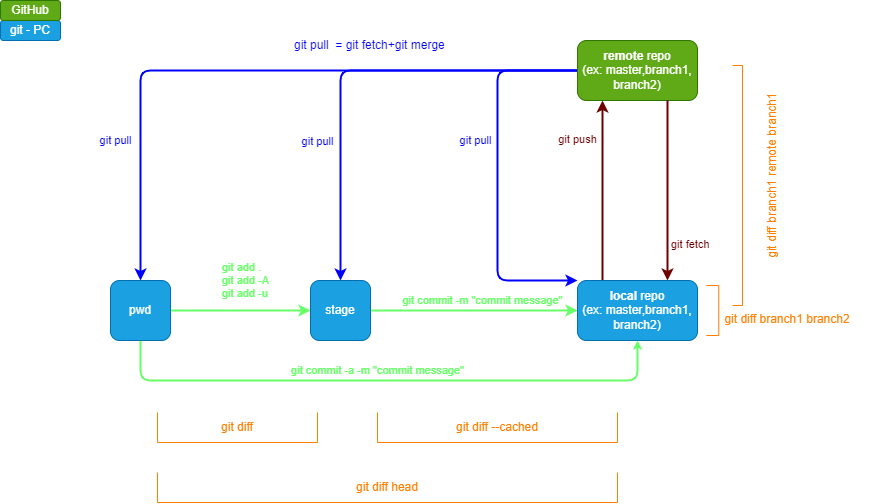
Earlier version of the draw.io export img/workflow-git.drawio.png (rickey-alok/techwriter-go-to-doc). Source tidied: cells renumbered, new cells last; positions are measured from the earlier drawing's top-left corner, leaving out a move shared by most shapes. The source it was exported from:
```xml
<mxGraphModel>
  <root>
    <mxCell id="0" />
    <mxCell id="1" parent="0" />
    <mxCell id="2" style="edgeStyle=none;html=1;entryX=0.5;entryY=0;entryDx=0;entryDy=0;fontColor=#66FF66;strokeColor=#0000FF;exitX=0;exitY=0.5;exitDx=0;exitDy=0;strokeWidth=2;" parent="1" edge="1" source="18" target="11">
      <mxGeometry relative="1" as="geometry">
        <Array as="points">
          <mxPoint x="140" y="70" />
        </Array>
      </mxGeometry>
    </mxCell>
    <mxCell id="3" value="git pull" style="edgeLabel;html=1;align=center;verticalAlign=middle;fontColor=#0000FF;" parent="2" vertex="1">
      <mxGeometry x="0.1" y="1" relative="1" as="geometry">
        <mxPoint x="-107" y="69" as="offset" />
      </mxGeometry>
    </mxCell>
    <mxCell id="4" style="edgeStyle=none;html=1;entryX=0.5;entryY=0;entryDx=0;entryDy=0;fontColor=#66FF66;strokeColor=#0000FF;exitX=0;exitY=0.5;exitDx=0;exitDy=0;strokeWidth=2;" parent="1" edge="1" source="18" target="14">
      <mxGeometry relative="1" as="geometry">
        <Array as="points">
          <mxPoint x="340" y="70" />
        </Array>
      </mxGeometry>
    </mxCell>
    <mxCell id="5" value="git pull" style="edgeLabel;html=1;align=center;verticalAlign=middle;fontColor=#0000FF;" parent="4" vertex="1">
      <mxGeometry x="0.42" y="-3" relative="1" as="geometry">
        <mxPoint x="-20" y="-9" as="offset" />
      </mxGeometry>
    </mxCell>
    <mxCell id="6" style="edgeStyle=none;html=1;entryX=0;entryY=0;entryDx=0;entryDy=0;fontColor=#66FF66;strokeColor=#0000FF;exitX=0;exitY=0.5;exitDx=0;exitDy=0;strokeWidth=2;" parent="1" edge="1" source="18" target="17">
      <mxGeometry relative="1" as="geometry">
        <Array as="points">
          <mxPoint x="497" y="70" />
          <mxPoint x="497" y="280" />
        </Array>
      </mxGeometry>
    </mxCell>
    <mxCell id="7" value="git pull" style="edgeLabel;html=1;align=center;verticalAlign=middle;fontColor=#0000FF;" parent="6" vertex="1">
      <mxGeometry x="-0.25" y="-1" relative="1" as="geometry">
        <mxPoint x="-21" y="11" as="offset" />
      </mxGeometry>
    </mxCell>
    <mxCell id="8" style="edgeStyle=none;html=1;strokeColor=#66FF66;fillColor=#60a917;strokeWidth=2;" parent="1" edge="1" source="11" target="14">
      <mxGeometry relative="1" as="geometry" />
    </mxCell>
    <mxCell id="9" value="git add .&lt;br&gt;git add -A&lt;br&gt;git add -u" style="edgeLabel;html=1;align=left;verticalAlign=middle;fontColor=#66FF66;" parent="8" vertex="1">
      <mxGeometry x="0.55" relative="1" as="geometry">
        <mxPoint x="-58" y="-30" as="offset" />
      </mxGeometry>
    </mxCell>
    <mxCell id="10" style="edgeStyle=none;html=1;entryX=0.5;entryY=1;entryDx=0;entryDy=0;fontColor=#0000FF;exitX=0.5;exitY=1;exitDx=0;exitDy=0;fillColor=#60a917;strokeColor=#66FF66;strokeWidth=2;endSize=3;" parent="1" edge="1" source="11" target="17">
      <mxGeometry relative="1" as="geometry">
        <Array as="points">
          <mxPoint x="140" y="380" />
          <mxPoint x="390" y="380" />
          <mxPoint x="637" y="380" />
        </Array>
      </mxGeometry>
    </mxCell>
    <mxCell id="11" value="pwd" style="rounded=1;whiteSpace=wrap;html=1;fillColor=#1ba1e2;fontColor=#ffffff;strokeColor=#006EAF;" parent="1" vertex="1">
      <mxGeometry x="110" y="280" width="60" height="60" as="geometry" />
    </mxCell>
    <mxCell id="12" style="edgeStyle=none;html=1;entryX=0;entryY=0.5;entryDx=0;entryDy=0;strokeColor=#66FF66;fillColor=#60a917;strokeWidth=2;" parent="1" edge="1" source="14" target="17">
      <mxGeometry relative="1" as="geometry" />
    </mxCell>
    <mxCell id="13" value="git commit -m &quot;commit message&quot;" style="edgeLabel;html=1;align=center;verticalAlign=middle;fontColor=#66FF66;" parent="12" vertex="1">
      <mxGeometry x="0.67" relative="1" as="geometry">
        <mxPoint x="-61" y="-10" as="offset" />
      </mxGeometry>
    </mxCell>
    <mxCell id="14" value="stage" style="rounded=1;whiteSpace=wrap;html=1;fillColor=#1ba1e2;fontColor=#ffffff;strokeColor=#006EAF;" parent="1" vertex="1">
      <mxGeometry x="310" y="280" width="60" height="60" as="geometry" />
    </mxCell>
    <mxCell id="15" style="edgeStyle=none;html=1;fontColor=#66FF66;exitX=0.209;exitY=0.003;exitDx=0;exitDy=0;exitPerimeter=0;strokeColor=#6F0000;entryX=0.208;entryY=1;entryDx=0;entryDy=0;entryPerimeter=0;fillColor=#a20025;strokeWidth=2;" parent="1" edge="1" source="17" target="18">
      <mxGeometry relative="1" as="geometry">
        <Array as="points">
          <mxPoint x="602" y="200" />
        </Array>
      </mxGeometry>
    </mxCell>
    <mxCell id="16" value="git push" style="edgeLabel;html=1;align=center;verticalAlign=middle;fontColor=#6F0000;" parent="15" vertex="1">
      <mxGeometry x="-0.16" y="-1" relative="1" as="geometry">
        <mxPoint x="-26" y="-65" as="offset" />
      </mxGeometry>
    </mxCell>
    <mxCell id="17" value="&lt;b&gt;local &lt;/b&gt;repo&lt;br&gt;(ex: master,branch1, branch2)" style="rounded=1;whiteSpace=wrap;html=1;fillColor=#1ba1e2;fontColor=#ffffff;strokeColor=#006EAF;" parent="1" vertex="1">
      <mxGeometry x="577" y="280" width="120" height="60" as="geometry" />
    </mxCell>
    <mxCell id="18" value="&lt;b&gt;remote &lt;/b&gt;repo&lt;br&gt;(ex: master,branch1, branch2)" style="rounded=1;whiteSpace=wrap;html=1;fillColor=#60a917;fontColor=#ffffff;strokeColor=#2D7600;" parent="1" vertex="1">
      <mxGeometry x="577" y="40" width="120" height="60" as="geometry" />
    </mxCell>
    <mxCell id="19" style="edgeStyle=none;html=1;entryX=0.75;entryY=0;entryDx=0;entryDy=0;fontColor=#66FF66;exitX=0.75;exitY=1;exitDx=0;exitDy=0;strokeColor=#6F0000;fillColor=#a20025;strokeWidth=2;" parent="1" edge="1" source="18" target="17">
      <mxGeometry relative="1" as="geometry" />
    </mxCell>
    <mxCell id="20" value="git diff" style="shape=partialRectangle;whiteSpace=wrap;html=1;bottom=1;right=1;left=1;top=0;fillColor=none;routingCenterX=-0.5;fontColor=#FF8000;strokeColor=#FF8000;" parent="1" vertex="1">
      <mxGeometry x="157" y="412" width="160" height="30" as="geometry" />
    </mxCell>
    <mxCell id="21" value="git diff --cached" style="shape=partialRectangle;whiteSpace=wrap;html=1;bottom=1;right=1;left=1;top=0;fillColor=none;routingCenterX=-0.5;fontColor=#FF8000;strokeColor=#FF8000;" parent="1" vertex="1">
      <mxGeometry x="377" y="412" width="240" height="30" as="geometry" />
    </mxCell>
    <mxCell id="22" value="git diff head" style="shape=partialRectangle;whiteSpace=wrap;html=1;bottom=1;right=1;left=1;top=0;fillColor=none;routingCenterX=-0.5;fontColor=#FF8000;strokeColor=#FF8000;" parent="1" vertex="1">
      <mxGeometry x="157" y="472" width="460" height="30" as="geometry" />
    </mxCell>
    <mxCell id="23" style="shape=partialRectangle;whiteSpace=wrap;html=1;bottom=1;right=1;left=1;top=0;fillColor=none;routingCenterX=-0.5;fontColor=#FF8000;strokeColor=#FF8000;rotation=-90;" parent="1" vertex="1">
      <mxGeometry x="687" y="303.8" width="50" height="12.5" as="geometry" />
    </mxCell>
    <mxCell id="24" style="shape=partialRectangle;whiteSpace=wrap;html=1;bottom=1;right=1;left=1;top=0;fillColor=none;routingCenterX=-0.5;fontColor=#FF8000;strokeColor=#FF8000;rotation=-90;" parent="1" vertex="1">
      <mxGeometry x="617" y="180" width="240" height="10" as="geometry" />
    </mxCell>
    <mxCell id="25" value="git diff branch1 branch2" style="text;html=1;strokeColor=none;fillColor=none;align=center;verticalAlign=middle;whiteSpace=wrap;rounded=0;fontColor=#FF8000;" parent="1" vertex="1">
      <mxGeometry x="702" y="303.8" width="170" height="30" as="geometry" />
    </mxCell>
    <mxCell id="26" value="git - PC" style="rounded=1;whiteSpace=wrap;html=1;fillColor=#1ba1e2;fontColor=#ffffff;strokeColor=#006EAF;" parent="1" vertex="1">
      <mxGeometry y="20" width="60" height="20" as="geometry" />
    </mxCell>
    <mxCell id="27" value="&lt;span style=&quot;font-weight: normal&quot;&gt;GitHub&lt;/span&gt;" style="rounded=1;whiteSpace=wrap;html=1;fillColor=#60a917;fontColor=#ffffff;strokeColor=#2D7600;fontStyle=1;" parent="1" vertex="1">
      <mxGeometry width="60" height="20" as="geometry" />
    </mxCell>
    <mxCell id="28" value="git pull&amp;nbsp; = git fetch+git merge" style="text;html=1;strokeColor=none;fillColor=none;align=left;verticalAlign=middle;whiteSpace=wrap;rounded=0;fontColor=#0000FF;" parent="1" vertex="1">
      <mxGeometry x="292" y="30" width="170" height="30" as="geometry" />
    </mxCell>
    <mxCell id="29" value="git diff branch1 remote branch1" style="text;html=1;strokeColor=none;fillColor=none;align=center;verticalAlign=middle;whiteSpace=wrap;rounded=0;fontColor=#FF8000;rotation=-90;" parent="1" vertex="1">
      <mxGeometry x="687" y="160" width="170" height="30" as="geometry" />
    </mxCell>
    <mxCell id="30" value="git commit -a -m &quot;commit message&quot;" style="edgeLabel;html=1;align=center;verticalAlign=middle;fontColor=#66FF66;" parent="1" vertex="1">
      <mxGeometry x="377" y="370" as="geometry" />
    </mxCell>
    <mxCell id="31" value="git fetch" style="edgeLabel;html=1;align=left;verticalAlign=middle;fontColor=#6F0000;" parent="1" vertex="1">
      <mxGeometry x="687" y="250" as="geometry">
        <mxPoint x="-18" y="-6" as="offset" />
      </mxGeometry>
    </mxCell>
  </root>
</mxGraphModel>
```
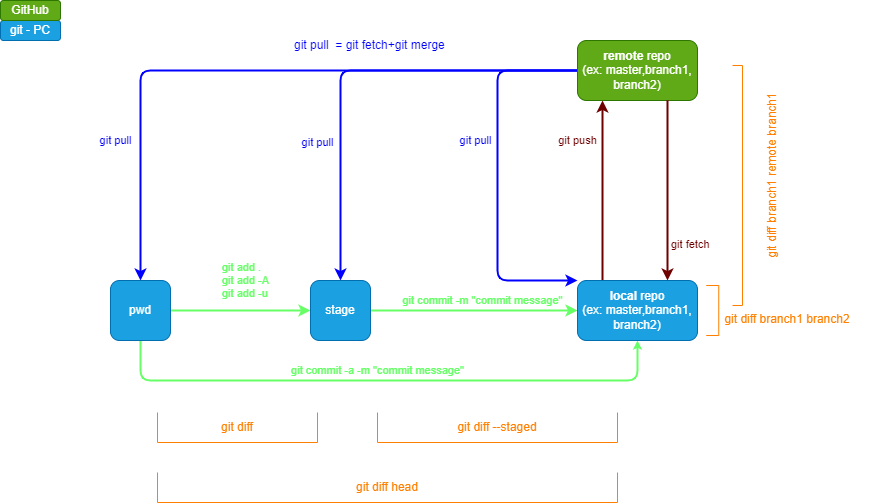
Later version of the same file.

What changed in the source:
```diff
@@ -94,7 +94,7 @@
     <mxCell id="20" value="git diff" style="shape=partialRectangle;whiteSpace=wrap;html=1;bottom=1;right=1;left=1;top=0;fillColor=none;routingCenterX=-0.5;fontColor=#FF8000;strokeColor=#FF8000;" parent="1" vertex="1">
       <mxGeometry x="157" y="412" width="160" height="30" as="geometry" />
     </mxCell>
-    <mxCell id="21" value="git diff --cached" style="shape=partialRectangle;whiteSpace=wrap;html=1;bottom=1;right=1;left=1;top=0;fillColor=none;routingCenterX=-0.5;fontColor=#FF8000;strokeColor=#FF8000;" parent="1" vertex="1">
+    <mxCell id="21" value="git diff --staged" style="shape=partialRectangle;whiteSpace=wrap;html=1;bottom=1;right=1;left=1;top=0;fillColor=none;routingCenterX=-0.5;fontColor=#FF8000;strokeColor=#FF8000;" parent="1" vertex="1">
       <mxGeometry x="377" y="412" width="240" height="30" as="geometry" />
     </mxCell>
     <mxCell id="22" value="git diff head" style="shape=partialRectangle;whiteSpace=wrap;html=1;bottom=1;right=1;left=1;top=0;fillColor=none;routingCenterX=-0.5;fontColor=#FF8000;strokeColor=#FF8000;" parent="1" vertex="1">
```
